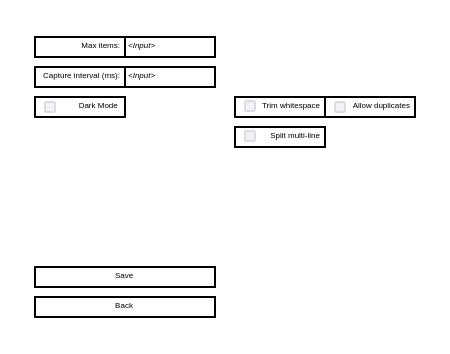
Earlier version of the draw.io diagram page "Portrait Settings" (2 of 4) of ui.drawio (charles-m-knox/go-fltk-clipboard). Source tidied: cells renumbered, new cells numbered last; positions are measured from the earlier drawing's top-left corner, leaving out a move shared by most shapes. Both pictures are drawn from the tidied source at 200%, with x=0, y=0 at pixel (34, 36).
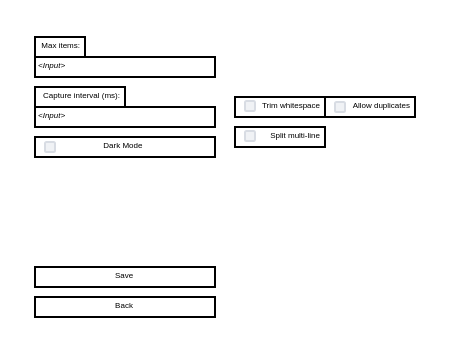
Above is the later version.

What changed in the source:
```diff
@@
 <mxGraphModel>
   <root>
     <mxCell id="0" />
     <mxCell id="1" parent="0" />
     <mxCell id="2" value="&lt;p style=&quot;line-height: 120%; font-size: 4px;&quot;&gt;Back&lt;/p&gt;" style="rounded=0;whiteSpace=wrap;html=1;" parent="1" vertex="1">
       <mxGeometry y="130" width="90" height="10" as="geometry" />
     </mxCell>
     <mxCell id="3" value="&lt;p style=&quot;line-height: 120%; font-size: 4px;&quot;&gt;Save&lt;/p&gt;" style="rounded=0;whiteSpace=wrap;html=1;" parent="1" vertex="1">
       <mxGeometry y="115" width="90" height="10" as="geometry" />
     </mxCell>
     <mxCell id="4" value="&lt;p style=&quot;line-height: 120%; font-size: 4px;&quot;&gt;Trim whitespace&lt;/p&gt;" style="rounded=0;whiteSpace=wrap;html=1;align=right;" parent="1" vertex="1">
       <mxGeometry x="100" y="30" width="45" height="10" as="geometry" />
     </mxCell>
     <mxCell id="5" style="rounded=1;fillColor=#F0F2F5;strokeColor=#D8DCE3;align=left;verticalAlign=middle;fontStyle=0;fontSize=12;labelPosition=right;verticalLabelPosition=middle;spacingLeft=10;html=1;shadow=0;dashed=0;" parent="1" vertex="1">
       <mxGeometry x="105" y="32" width="5" height="5" as="geometry" />
     </mxCell>
     <mxCell id="6" value="&lt;p style=&quot;line-height: 120%; font-size: 4px;&quot;&gt;Allow duplicates&lt;/p&gt;" style="rounded=0;whiteSpace=wrap;html=1;align=right;" parent="1" vertex="1">
       <mxGeometry x="145" y="30" width="45" height="10" as="geometry" />
     </mxCell>
     <mxCell id="7" style="rounded=1;fillColor=#F0F2F5;strokeColor=#D8DCE3;align=left;verticalAlign=middle;fontStyle=0;fontSize=12;labelPosition=right;verticalLabelPosition=middle;spacingLeft=10;html=1;shadow=0;dashed=0;" parent="1" vertex="1">
       <mxGeometry x="150" y="32.5" width="5" height="5" as="geometry" />
     </mxCell>
     <mxCell id="8" value="&lt;p style=&quot;line-height: 120%; font-size: 4px;&quot;&gt;Split multi-line&lt;/p&gt;" style="rounded=0;whiteSpace=wrap;html=1;align=right;" parent="1" vertex="1">
       <mxGeometry x="100" y="45" width="45" height="10" as="geometry" />
     </mxCell>
     <mxCell id="9" style="rounded=1;fillColor=#F0F2F5;strokeColor=#D8DCE3;align=left;verticalAlign=middle;fontStyle=0;fontSize=12;labelPosition=right;verticalLabelPosition=middle;spacingLeft=10;html=1;shadow=0;dashed=0;" parent="1" vertex="1">
       <mxGeometry x="105" y="47" width="5" height="5" as="geometry" />
     </mxCell>
     <mxCell id="10" value="&lt;p style=&quot;line-height: 120%; font-size: 4px;&quot;&gt;&lt;i&gt;&amp;lt;Input&amp;gt;&lt;/i&gt;&lt;/p&gt;" style="rounded=0;whiteSpace=wrap;html=1;align=left;" parent="1" vertex="1">
-      <mxGeometry x="45" width="45" height="10" as="geometry" />
+      <mxGeometry y="10" width="90" height="10" as="geometry" />
     </mxCell>
     <mxCell id="11" value="&lt;p style=&quot;line-height: 120%; font-size: 4px;&quot;&gt;&lt;span style=&quot;font-style: normal;&quot;&gt;Max items:&lt;/span&gt;&lt;/p&gt;" style="rounded=0;whiteSpace=wrap;html=1;fontStyle=2;align=right;" parent="1" vertex="1">
-      <mxGeometry width="45" height="10" as="geometry" />
+      <mxGeometry width="25" height="10" as="geometry" />
     </mxCell>
     <mxCell id="12" value="&lt;p style=&quot;line-height: 120%; font-size: 4px;&quot;&gt;&lt;i&gt;&amp;lt;Input&amp;gt;&lt;/i&gt;&lt;/p&gt;" style="rounded=0;whiteSpace=wrap;html=1;align=left;" parent="1" vertex="1">
-      <mxGeometry x="45" y="15" width="45" height="10" as="geometry" />
+      <mxGeometry y="35" width="90" height="10" as="geometry" />
     </mxCell>
     <mxCell id="13" value="&lt;p style=&quot;line-height: 120%; font-size: 4px;&quot;&gt;&lt;span style=&quot;font-style: normal;&quot;&gt;Capture interval (ms):&lt;/span&gt;&lt;/p&gt;" style="rounded=0;whiteSpace=wrap;html=1;fontStyle=2;align=right;" parent="1" vertex="1">
-      <mxGeometry y="15" width="45" height="10" as="geometry" />
+      <mxGeometry y="25" width="45" height="10" as="geometry" />
     </mxCell>
+    <mxCell id="16" style="group;" parent="1" vertex="1">
+      <mxGeometry y="50" width="90" height="10" as="geometry" />
+    </mxCell>
-    <mxCell id="14" value="&lt;p style=&quot;line-height: 120%; font-size: 4px;&quot;&gt;Dark Mode&amp;nbsp;&lt;/p&gt;" style="rounded=0;whiteSpace=wrap;html=1;align=right;" parent="1" vertex="1">
-      <mxGeometry y="30" width="45" height="10" as="geometry" />
+    <mxCell id="14" value="&lt;p style=&quot;line-height: 120%; font-size: 4px;&quot;&gt;Dark Mode&amp;nbsp;&lt;/p&gt;" style="rounded=0;whiteSpace=wrap;html=1;align=center;" parent="16" vertex="1">
+      <mxGeometry width="90" height="10" as="geometry" />
     </mxCell>
-    <mxCell id="15" style="rounded=1;fillColor=#F0F2F5;strokeColor=#D8DCE3;align=left;verticalAlign=middle;fontStyle=0;fontSize=12;labelPosition=right;verticalLabelPosition=middle;spacingLeft=10;html=1;shadow=0;dashed=0;" parent="1" vertex="1">
-      <mxGeometry x="5" y="32.5" width="5" height="5" as="geometry" />
+    <mxCell id="15" style="rounded=1;fillColor=#F0F2F5;strokeColor=#D8DCE3;align=left;verticalAlign=middle;fontStyle=0;fontSize=12;labelPosition=right;verticalLabelPosition=middle;spacingLeft=10;html=1;shadow=0;dashed=0;" parent="16" vertex="1">
+      <mxGeometry x="5" y="2.5" width="5" height="5" as="geometry" />
     </mxCell>
   </root>
 </mxGraphModel>
```
